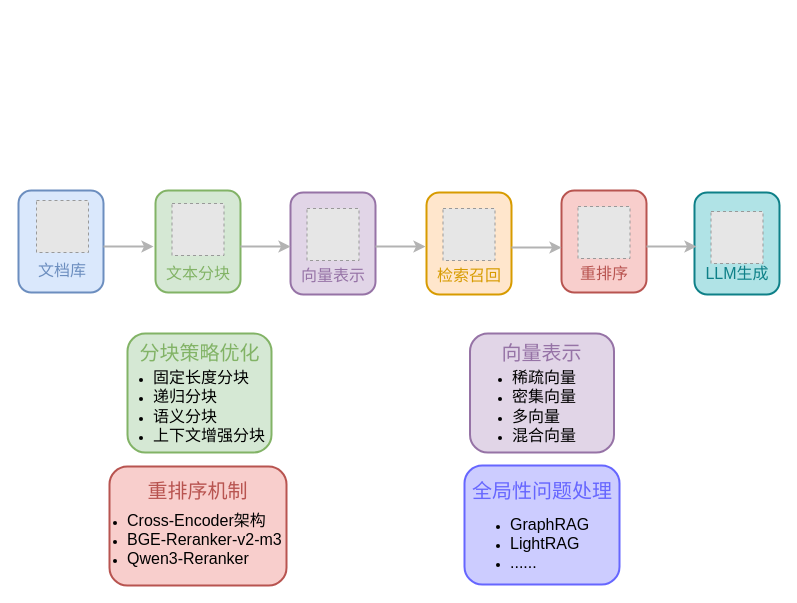
Before: diagrams/key_components_and_optimization_directions_of_rag.drawio in real-jiakai/draw, a draw.io diagram. Source tidied: cells renumbered, new cells numbered last; positions are measured from the earlier drawing's top-left corner, leaving out a move shared by most shapes. Both pictures are drawn from the tidied source at 100%, with x=0, y=0 at pixel (18, 190). Pictures stored in the file or linked from it are replaced by grey dashed boxes.
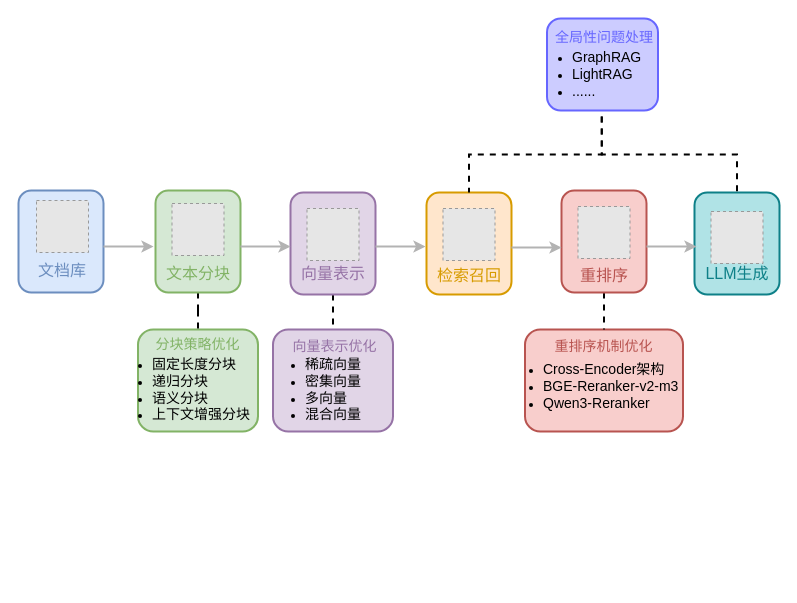
Above is the later version.

Unchanged cells that the change refers to:
```xml
<mxCell id="9" style="rounded=1;whiteSpace=wrap;html=1;strokeWidth=2;fillColor=#d5e8d4;strokeColor=#82b366;" parent="1" vertex="1">
  <mxGeometry x="137" width="85" height="102" as="geometry" />
</mxCell>
<mxCell id="12" style="rounded=1;whiteSpace=wrap;html=1;strokeWidth=2;fillColor=#e1d5e7;strokeColor=#9673a6;" parent="1" vertex="1">
  <mxGeometry x="272" y="2" width="85" height="102" as="geometry" />
</mxCell>
<mxCell id="15" style="rounded=1;whiteSpace=wrap;html=1;strokeWidth=2;fillColor=#ffe6cc;strokeColor=#d79b00;" parent="1" vertex="1">
  <mxGeometry x="408" y="2" width="85" height="102" as="geometry" />
</mxCell>
<mxCell id="18" style="rounded=1;whiteSpace=wrap;html=1;strokeWidth=2;fillColor=#f8cecc;strokeColor=#b85450;" parent="1" vertex="1">
  <mxGeometry x="543" width="85" height="102" as="geometry" />
</mxCell>
<mxCell id="21" style="rounded=1;whiteSpace=wrap;html=1;strokeWidth=2;fillColor=#b0e3e6;strokeColor=#0e8088;" parent="1" vertex="1">
  <mxGeometry x="676" y="2" width="85" height="102" as="geometry" />
</mxCell>
```

Diff of the diagram source:
```diff
@@
+    <mxCell id="37" style="rounded=1;whiteSpace=wrap;html=1;strokeWidth=2;fillColor=#f8cecc;strokeColor=#b85450;" parent="1" vertex="1">
+      <mxGeometry x="506.5" y="139" width="158" height="102" as="geometry" />
+    </mxCell>
+    <mxCell id="38" style="rounded=1;whiteSpace=wrap;html=1;strokeWidth=2;fillColor=#e1d5e7;strokeColor=#9673a6;" parent="1" vertex="1">
+      <mxGeometry x="254.5" y="139" width="120" height="102" as="geometry" />
+    </mxCell>
     <mxCell id="2" style="rounded=1;whiteSpace=wrap;html=1;strokeColor=#6666FF;fillColor=#CCCCFF;strokeWidth=2;" parent="1" vertex="1">
-      <mxGeometry x="446" y="275" width="155" height="119" as="geometry" />
+      <mxGeometry x="528.5" y="-172" width="111" height="92" as="geometry" />
     </mxCell>
-    <mxCell id="3" style="rounded=1;whiteSpace=wrap;html=1;strokeWidth=2;fillColor=#f8cecc;strokeColor=#b85450;" parent="1" vertex="1">
-      <mxGeometry x="91" y="276" width="177" height="119" as="geometry" />
-    </mxCell>
-    <mxCell id="4" style="rounded=1;whiteSpace=wrap;html=1;strokeWidth=2;fillColor=#e1d5e7;strokeColor=#9673a6;" parent="1" vertex="1">
-      <mxGeometry x="451.5" y="143" width="144" height="119" as="geometry" />
-    </mxCell>
     <mxCell id="5" style="rounded=1;whiteSpace=wrap;html=1;strokeWidth=2;fillColor=#D5E8D4;strokeColor=#82B366;" parent="1" vertex="1">
-      <mxGeometry x="109" y="143" width="144" height="119" as="geometry" />
+      <mxGeometry x="119.5" y="139" width="120" height="102" as="geometry" />
     </mxCell>
@@
+    <mxCell id="39" style="edgeStyle=orthogonalEdgeStyle;rounded=0;jettySize=auto;html=1;exitX=0.5;exitY=1;exitDx=0;exitDy=0;endArrow=none;endFill=0;strokeWidth=2;dashed=1;" parent="1" edge="1" source="9" target="5">
+      <mxGeometry relative="1" as="geometry" />
+    </mxCell>
@@
+    <mxCell id="40" style="edgeStyle=orthogonalEdgeStyle;rounded=0;jettySize=auto;html=1;exitX=0.5;exitY=1;exitDx=0;exitDy=0;entryX=0.5;entryY=0;entryDx=0;entryDy=0;strokeWidth=2;endArrow=none;endFill=0;dashed=1;" parent="1" edge="1" source="12" target="38">
+      <mxGeometry relative="1" as="geometry" />
+    </mxCell>
@@
     <mxCell id="13" value="&lt;span style=&quot;font-size: 16px;&quot;&gt;&lt;font style=&quot;color: rgb(150, 115, 166);&quot;&gt;向量表示&lt;/font&gt;&lt;/span&gt;" style="text;html=1;whiteSpace=wrap;strokeColor=none;fillColor=none;align=center;verticalAlign=middle;rounded=0;" parent="1" vertex="1">
-      <mxGeometry x="281.8" y="70" width="65.5" height="30" as="geometry" />
+      <mxGeometry x="281.8" y="68" width="65.5" height="30" as="geometry" />
     </mxCell>
@@
+    <mxCell id="41" style="edgeStyle=orthogonalEdgeStyle;rounded=0;jettySize=auto;html=1;exitX=0.5;exitY=1;exitDx=0;exitDy=0;entryX=0.5;entryY=0;entryDx=0;entryDy=0;strokeWidth=2;endArrow=none;endFill=0;dashed=1;" parent="1" edge="1" source="18" target="37">
+      <mxGeometry relative="1" as="geometry" />
+    </mxCell>
@@
     <mxCell id="19" value="&lt;font style=&quot;color: rgb(184, 84, 80);&quot;&gt;&lt;span style=&quot;font-size: 16px;&quot;&gt;重排序&lt;/span&gt;&lt;/font&gt;" style="text;html=1;whiteSpace=wrap;strokeColor=none;fillColor=none;align=center;verticalAlign=middle;rounded=0;" parent="1" vertex="1">
-      <mxGeometry x="552.8" y="68" width="65.5" height="30" as="geometry" />
+      <mxGeometry x="552.8" y="70" width="65.5" height="30" as="geometry" />
     </mxCell>
@@
-    <mxCell id="29" value="&lt;font style=&quot;font-size: 20px; color: rgb(130, 179, 102);&quot;&gt;分块策略优化&lt;/font&gt;" style="text;html=1;whiteSpace=wrap;strokeColor=none;fillColor=none;align=center;verticalAlign=middle;rounded=0;" parent="1" vertex="1">
-      <mxGeometry x="119.5" y="147" width="123" height="30" as="geometry" />
+    <mxCell id="29" value="&lt;font style=&quot;color: rgb(130, 179, 102); font-size: 14px;&quot;&gt;分块策略优化&lt;/font&gt;" style="text;html=1;whiteSpace=wrap;strokeColor=none;fillColor=none;align=center;verticalAlign=middle;rounded=0;" parent="1" vertex="1">
+      <mxGeometry x="118" y="139" width="123" height="30" as="geometry" />
     </mxCell>
-    <mxCell id="30" value="&lt;ul&gt;&lt;li&gt;&lt;font style=&quot;font-size: 16px;&quot;&gt;固定长度分块&lt;/font&gt;&lt;/li&gt;&lt;li&gt;&lt;font style=&quot;font-size: 16px;&quot;&gt;递归分块&lt;/font&gt;&lt;/li&gt;&lt;li&gt;&lt;font style=&quot;font-size: 16px;&quot;&gt;语义分块&lt;/font&gt;&lt;/li&gt;&lt;li&gt;&lt;font style=&quot;font-size: 16px;&quot;&gt;上下文增强分块&lt;/font&gt;&lt;/li&gt;&lt;/ul&gt;" style="text;html=1;whiteSpace=wrap;strokeColor=none;fillColor=none;align=left;verticalAlign=middle;rounded=0;" parent="1" vertex="1">
-      <mxGeometry x="93" y="175" width="162" height="81" as="geometry" />
+    <mxCell id="30" value="&lt;ul&gt;&lt;li&gt;&lt;font style=&quot;font-size: 14px;&quot;&gt;固定长度分块&lt;/font&gt;&lt;/li&gt;&lt;li&gt;&lt;font style=&quot;font-size: 14px;&quot;&gt;递归分块&lt;/font&gt;&lt;/li&gt;&lt;li&gt;&lt;font style=&quot;font-size: 14px;&quot;&gt;语义分块&lt;/font&gt;&lt;/li&gt;&lt;li&gt;&lt;font style=&quot;font-size: 14px;&quot;&gt;上下文增强分块&lt;/font&gt;&lt;/li&gt;&lt;/ul&gt;" style="text;html=1;whiteSpace=wrap;strokeColor=none;fillColor=none;align=left;verticalAlign=middle;rounded=0;" parent="1" vertex="1">
+      <mxGeometry x="92" y="158" width="149" height="81" as="geometry" />
     </mxCell>
-    <mxCell id="31" value="&lt;span style=&quot;font-size: 20px;&quot;&gt;&lt;font style=&quot;color: rgb(150, 115, 166);&quot;&gt;向量表示&lt;/font&gt;&lt;/span&gt;" style="text;html=1;whiteSpace=wrap;strokeColor=none;fillColor=none;align=center;verticalAlign=middle;rounded=0;" parent="1" vertex="1">
-      <mxGeometry x="462" y="147" width="123" height="30" as="geometry" />
+    <mxCell id="31" value="&lt;font style=&quot;color: rgb(150, 115, 166); font-size: 14px;&quot;&gt;向量表示优化&lt;/font&gt;" style="text;html=1;whiteSpace=wrap;strokeColor=none;fillColor=none;align=center;verticalAlign=middle;rounded=0;" parent="1" vertex="1">
+      <mxGeometry x="254.5" y="141" width="123" height="30" as="geometry" />
     </mxCell>
-    <mxCell id="32" value="&lt;ul&gt;&lt;li&gt;&lt;span style=&quot;font-size: 16px;&quot;&gt;稀疏向量&lt;/span&gt;&lt;/li&gt;&lt;li&gt;&lt;span style=&quot;font-size: 16px;&quot;&gt;密集向量&lt;/span&gt;&lt;/li&gt;&lt;li&gt;&lt;span style=&quot;font-size: 16px;&quot;&gt;多向量&lt;/span&gt;&lt;/li&gt;&lt;li&gt;&lt;span style=&quot;font-size: 16px;&quot;&gt;混合向量&lt;/span&gt;&lt;/li&gt;&lt;/ul&gt;" style="text;html=1;whiteSpace=wrap;strokeColor=none;fillColor=none;align=left;verticalAlign=middle;rounded=0;" parent="1" vertex="1">
-      <mxGeometry x="452" y="175" width="114" height="81" as="geometry" />
+    <mxCell id="32" value="&lt;ul&gt;&lt;li&gt;&lt;font style=&quot;font-size: 14px;&quot;&gt;稀疏向量&lt;/font&gt;&lt;/li&gt;&lt;li&gt;&lt;font style=&quot;font-size: 14px;&quot;&gt;密集向量&lt;/font&gt;&lt;/li&gt;&lt;li&gt;&lt;font style=&quot;font-size: 14px;&quot;&gt;多向量&lt;/font&gt;&lt;/li&gt;&lt;li&gt;&lt;font style=&quot;font-size: 14px;&quot;&gt;混合向量&lt;/font&gt;&lt;/li&gt;&lt;/ul&gt;" style="text;html=1;whiteSpace=wrap;strokeColor=none;fillColor=none;align=left;verticalAlign=middle;rounded=0;" parent="1" vertex="1">
+      <mxGeometry x="245" y="158" width="108.5" height="81" as="geometry" />
     </mxCell>
-    <mxCell id="33" value="&lt;span style=&quot;font-size: 20px;&quot;&gt;&lt;font style=&quot;color: rgb(184, 84, 80);&quot;&gt;重排序机制&lt;/font&gt;&lt;/span&gt;" style="text;html=1;whiteSpace=wrap;strokeColor=none;fillColor=none;align=center;verticalAlign=middle;rounded=0;" parent="1" vertex="1">
-      <mxGeometry x="118" y="285" width="123" height="30" as="geometry" />
+    <mxCell id="33" value="&lt;font style=&quot;color: rgb(184, 84, 80); font-size: 14px;&quot;&gt;重排序机制优化&lt;/font&gt;" style="text;html=1;whiteSpace=wrap;strokeColor=none;fillColor=none;align=center;verticalAlign=middle;rounded=0;" parent="1" vertex="1">
+      <mxGeometry x="534" y="141" width="103" height="30" as="geometry" />
     </mxCell>
-    <mxCell id="34" value="&lt;ul&gt;&lt;li&gt;&lt;span style=&quot;font-size: 16px;&quot;&gt;Cross-Encoder架构&lt;/span&gt;&lt;/li&gt;&lt;li&gt;&lt;span style=&quot;font-size: 16px;&quot;&gt;BGE-Reranker-v2-m3&lt;/span&gt;&lt;/li&gt;&lt;li&gt;&lt;span style=&quot;font-size: 16px;&quot;&gt;Qwen3-Reranker&lt;/span&gt;&lt;/li&gt;&lt;/ul&gt;" style="text;html=1;whiteSpace=wrap;strokeColor=none;fillColor=none;align=left;verticalAlign=middle;rounded=0;" parent="1" vertex="1">
-      <mxGeometry x="67" y="308" width="197" height="81" as="geometry" />
+    <mxCell id="34" value="&lt;ul&gt;&lt;li&gt;&lt;font style=&quot;font-size: 14px;&quot;&gt;Cross-Encoder架构&lt;/font&gt;&lt;/li&gt;&lt;li&gt;&lt;font style=&quot;font-size: 14px;&quot;&gt;BGE-Reranker-v2-m3&lt;/font&gt;&lt;/li&gt;&lt;li&gt;&lt;font style=&quot;font-size: 14px;&quot;&gt;Qwen3-Reranker&lt;/font&gt;&lt;/li&gt;&lt;/ul&gt;" style="text;html=1;whiteSpace=wrap;strokeColor=none;fillColor=none;align=left;verticalAlign=middle;rounded=0;" parent="1" vertex="1">
+      <mxGeometry x="483.2" y="155" width="183" height="81" as="geometry" />
     </mxCell>
-    <mxCell id="35" value="&lt;span style=&quot;font-size: 20px;&quot;&gt;&lt;font style=&quot;color: rgb(102, 102, 255);&quot;&gt;全局性问题处理&lt;/font&gt;&lt;/span&gt;" style="text;html=1;whiteSpace=wrap;strokeColor=none;fillColor=none;align=center;verticalAlign=middle;rounded=0;" parent="1" vertex="1">
-      <mxGeometry x="449.8" y="285" width="148" height="30" as="geometry" />
+    <mxCell id="35" value="&lt;font style=&quot;color: rgb(102, 102, 255); font-size: 14px;&quot;&gt;全局性问题处理&lt;/font&gt;" style="text;html=1;whiteSpace=wrap;strokeColor=none;fillColor=none;align=center;verticalAlign=middle;rounded=0;" parent="1" vertex="1">
+      <mxGeometry x="511.5" y="-168" width="148" height="30" as="geometry" />
     </mxCell>
+    <mxCell id="42" style="edgeStyle=orthogonalEdgeStyle;rounded=0;jettySize=auto;html=1;exitX=0.5;exitY=1;exitDx=0;exitDy=0;entryX=0.5;entryY=0;entryDx=0;entryDy=0;dashed=1;strokeWidth=2;endArrow=none;endFill=0;" parent="1" edge="1" source="36" target="15">
+      <mxGeometry relative="1" as="geometry" />
+    </mxCell>
+    <mxCell id="43" style="edgeStyle=orthogonalEdgeStyle;rounded=0;jettySize=auto;html=1;exitX=0.5;exitY=1;exitDx=0;exitDy=0;dashed=1;strokeWidth=2;endArrow=none;endFill=0;" parent="1" edge="1" source="36" target="21">
+      <mxGeometry relative="1" as="geometry" />
+    </mxCell>
-    <mxCell id="36" value="&lt;ul&gt;&lt;li&gt;&lt;span style=&quot;font-size: 16px;&quot;&gt;GraphRAG&lt;/span&gt;&lt;/li&gt;&lt;li&gt;&lt;span style=&quot;font-size: 16px;&quot;&gt;LightRAG&lt;/span&gt;&lt;/li&gt;&lt;li&gt;&lt;span style=&quot;font-size: 16px;&quot;&gt;......&lt;/span&gt;&lt;/li&gt;&lt;/ul&gt;" style="text;html=1;whiteSpace=wrap;strokeColor=none;fillColor=none;align=left;verticalAlign=middle;rounded=0;" parent="1" vertex="1">
-      <mxGeometry x="449.8" y="311" width="143.5" height="84" as="geometry" />
+    <mxCell id="36" value="&lt;ul&gt;&lt;li&gt;&lt;font style=&quot;font-size: 14px;&quot;&gt;GraphRAG&lt;/font&gt;&lt;/li&gt;&lt;li&gt;&lt;font style=&quot;font-size: 14px;&quot;&gt;LightRAG&lt;/font&gt;&lt;/li&gt;&lt;li&gt;&lt;font style=&quot;font-size: 14px;&quot;&gt;......&lt;/font&gt;&lt;/li&gt;&lt;/ul&gt;" style="text;html=1;whiteSpace=wrap;strokeColor=none;fillColor=none;align=left;verticalAlign=middle;rounded=0;" parent="1" vertex="1">
+      <mxGeometry x="511.5" y="-158" width="143.5" height="84" as="geometry" />
     </mxCell>
```
